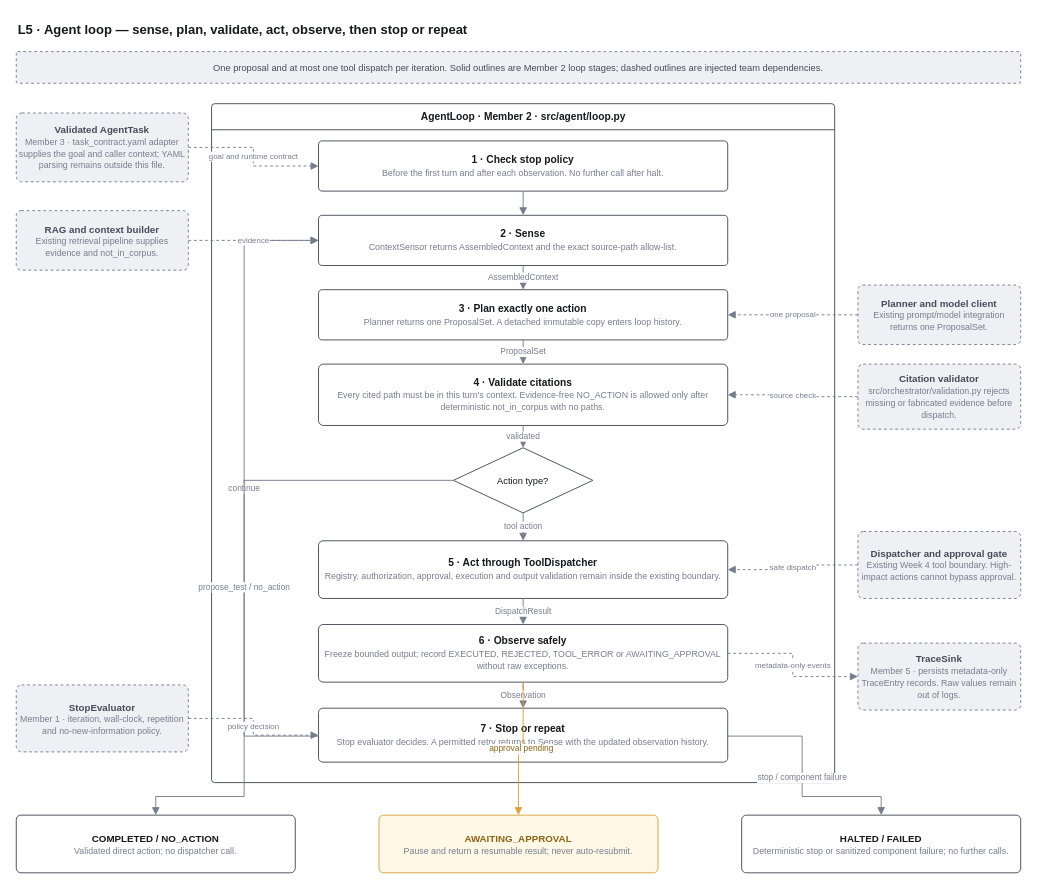
This is page "L5 · Agent loop" (6 of 6) of docs/architecture/qa-agent-architecture (1).drawio from SelinaMasembe/Software-engineering-QA-agent, a draw.io file, before an edit. Source tidied: cells renumbered, new cells numbered last; positions are measured from the earlier drawing's top-left corner, leaving out a move shared by most shapes. Both pictures are drawn from the tidied source at 93%, with x=0, y=0 at pixel (16, 16).
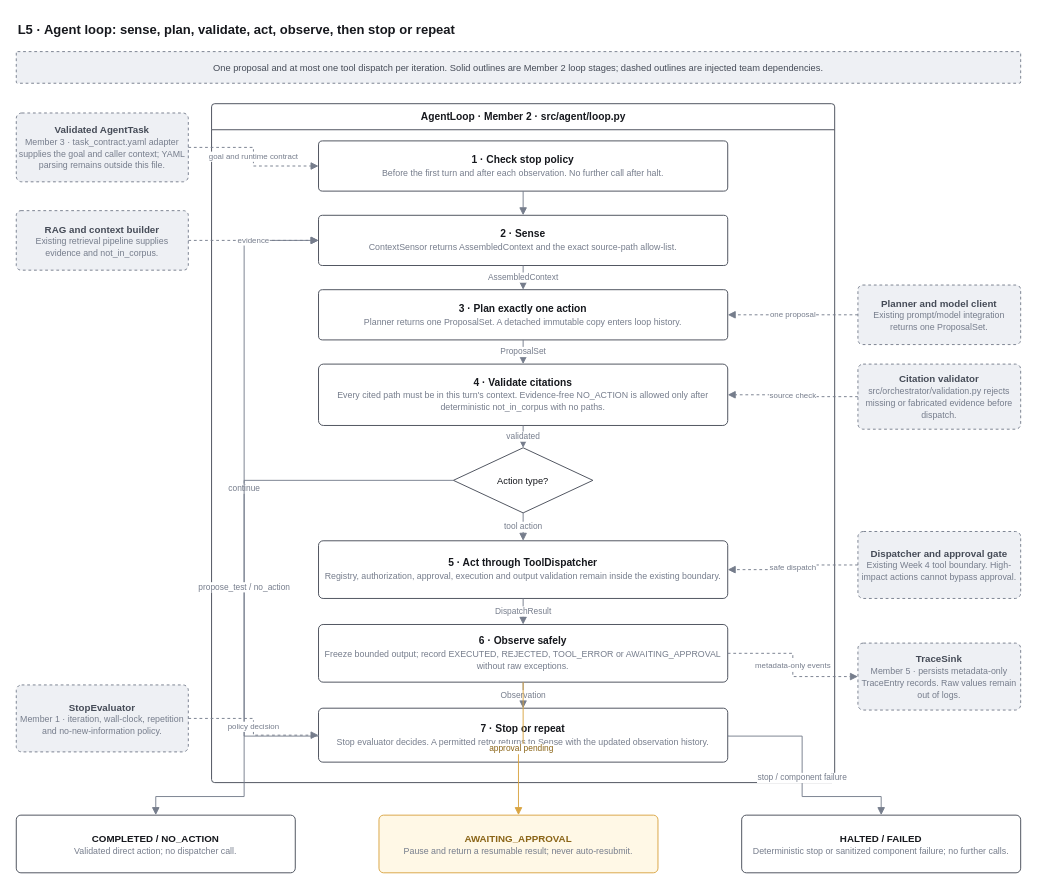
After the change.

The edit, as a diff of the source:
```diff
@@
-    <mxCell id="2" value="&lt;b&gt;L5 · Agent loop — sense, plan, validate, act, observe, then stop or repeat&lt;/b&gt;" style="text;html=1;fontSize=14;align=left;verticalAlign=middle;fontColor=#16181d;" parent="1" vertex="1">
+    <mxCell id="2" value="&lt;b&gt;L5 · Agent loop: sense, plan, validate, act, observe, then stop or repeat&lt;/b&gt;" style="text;html=1;fontSize=14;align=left;verticalAlign=middle;fontColor=#16181d;" parent="1" vertex="1">
       <mxGeometry width="1080" height="30" as="geometry" />
     </mxCell>
```
